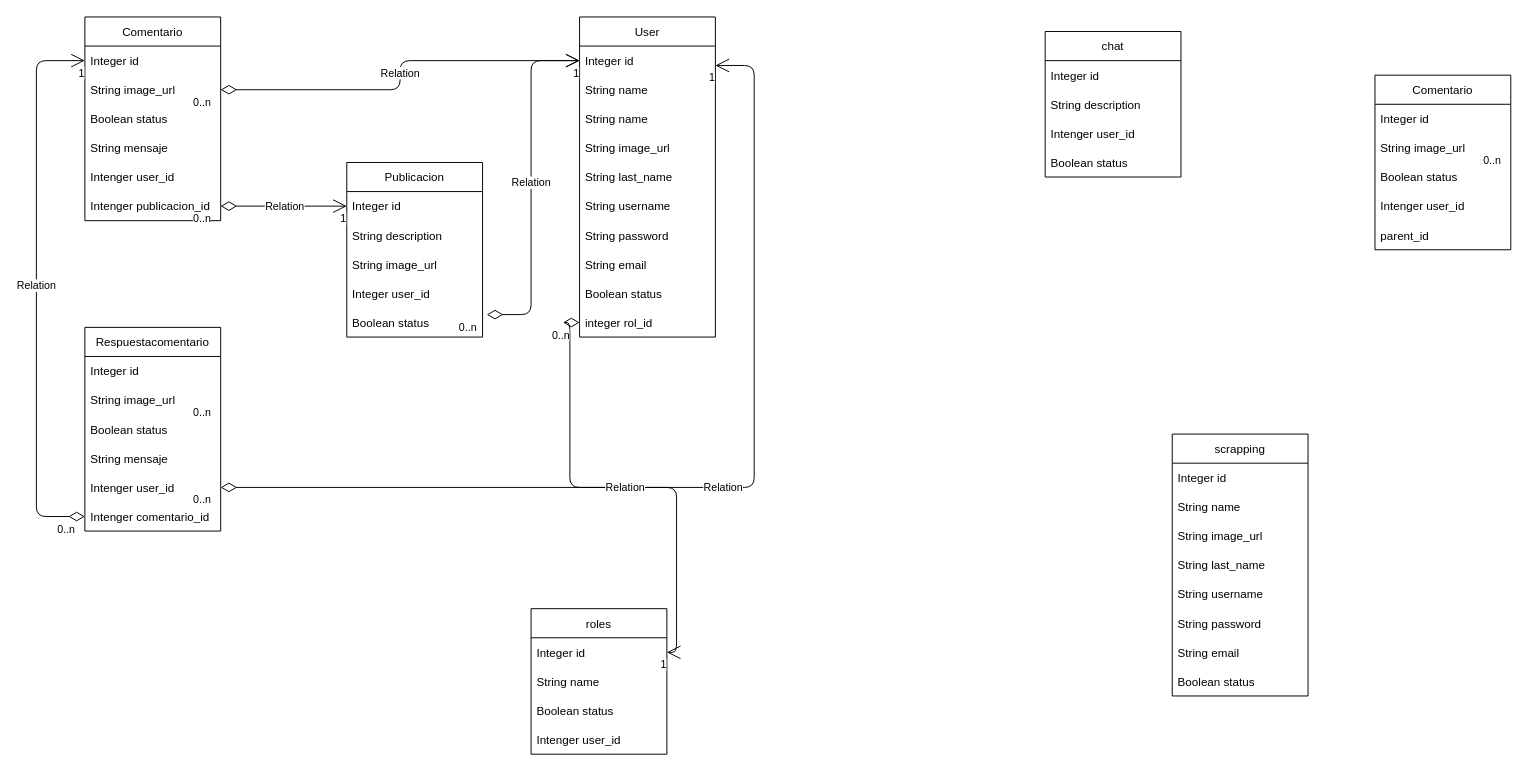
Arturo1603/flask_foro keeps this draw.io diagram as bd.drawio. Above is the earlier version. Source tidied: cells renumbered, new cells numbered last; positions are measured from the earlier drawing's top-left corner, leaving out a move shared by most shapes. Both pictures are drawn from the tidied source at 97%, with x=0, y=0 at pixel (36, 16).
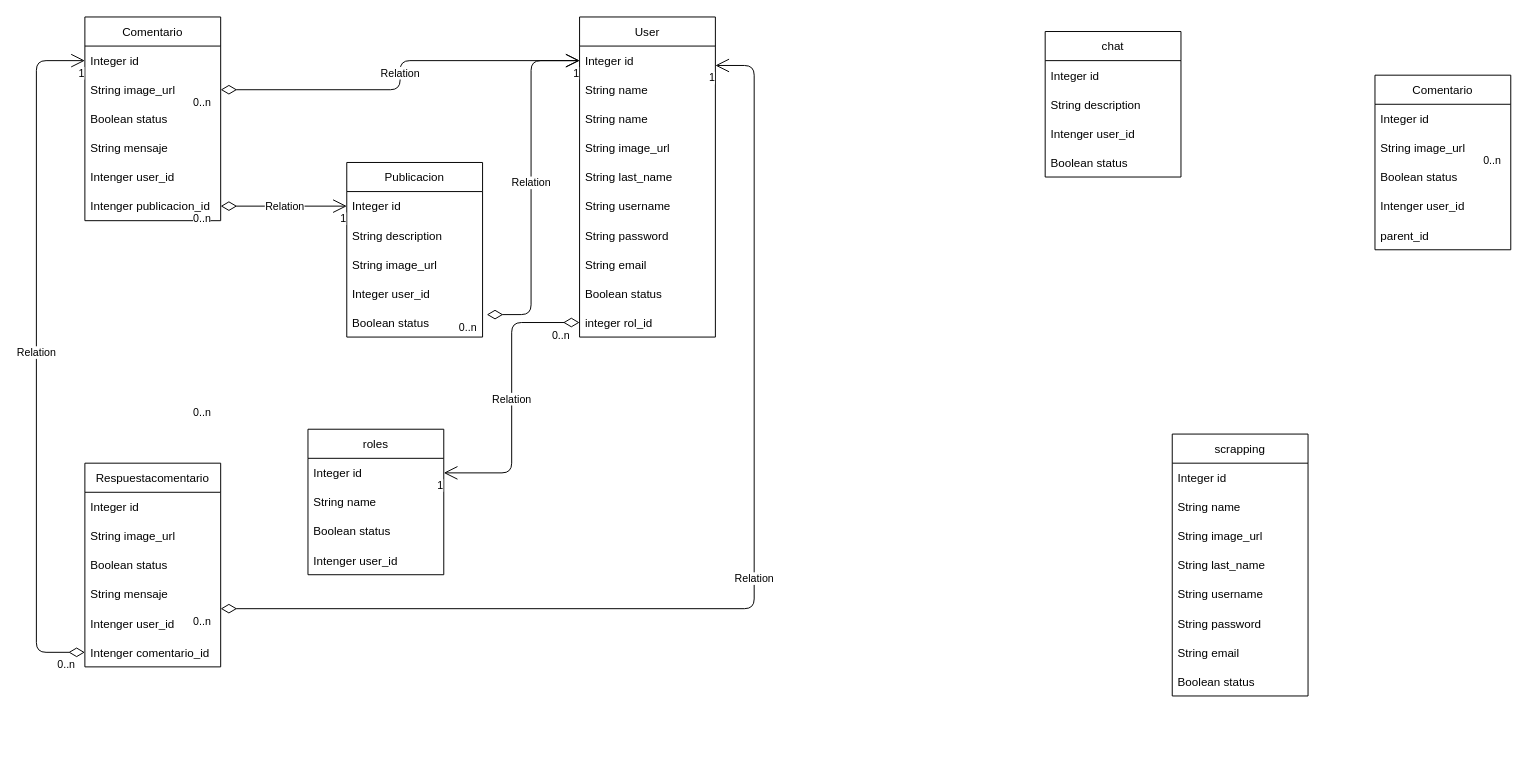
The same page after the edit.

The change refers to these unchanged cells:
```xml
<mxCell id="3" value="Integer id" style="text;strokeColor=none;fillColor=none;align=left;verticalAlign=middle;spacingLeft=4;spacingRight=4;overflow=hidden;points=[[0,0.5],[1,0.5]];portConstraint=eastwest;" parent="2" vertex="1">
  <mxGeometry y="30" width="140" height="30" as="geometry" />
</mxCell>
<mxCell id="20" value="Integer id" style="text;strokeColor=none;fillColor=none;align=left;verticalAlign=middle;spacingLeft=4;spacingRight=4;overflow=hidden;points=[[0,0.5],[1,0.5]];portConstraint=eastwest;" parent="19" vertex="1">
  <mxGeometry y="30" width="140" height="30" as="geometry" />
</mxCell>
<mxCell id="60" value="Intenger user_id" style="text;strokeColor=none;fillColor=none;align=left;verticalAlign=middle;spacingLeft=4;spacingRight=4;overflow=hidden;points=[[0,0.5],[1,0.5]];portConstraint=eastwest;" parent="55" vertex="1">
  <mxGeometry y="150" width="140" height="30" as="geometry" />
</mxCell>
<mxCell id="61" value="Intenger comentario_id" style="text;strokeColor=none;fillColor=none;align=left;verticalAlign=middle;spacingLeft=4;spacingRight=4;overflow=hidden;points=[[0,0.5],[1,0.5]];portConstraint=eastwest;" parent="55" vertex="1">
  <mxGeometry y="180" width="140" height="30" as="geometry" />
</mxCell>
```

What changed in the source:
```diff
@@
     <mxCell id="38" value="roles" style="swimlane;fontStyle=0;horizontal=1;startSize=30;" parent="1" vertex="1">
-      <mxGeometry x="510" y="610" width="140" height="150" as="geometry" />
+      <mxGeometry x="280" y="425" width="140" height="150" as="geometry" />
     </mxCell>
@@
     <mxCell id="55" value="Respuestacomentario" style="swimlane;fontStyle=0;horizontal=1;startSize=30;" parent="1" vertex="1">
-      <mxGeometry x="50" y="320" width="140" height="210" as="geometry" />
+      <mxGeometry x="50" y="460" width="140" height="210" as="geometry" />
     </mxCell>
@@
-    <mxCell id="66" value="Relation" style="endArrow=open;html=1;endSize=12;startArrow=diamondThin;startSize=14;startFill=0;edgeStyle=orthogonalEdgeStyle;" parent="1" edge="1" source="61" target="20">
+    <mxCell id="66" value="Relation" style="endArrow=open;html=1;endSize=12;startArrow=diamondThin;startSize=14;startFill=0;edgeStyle=orthogonalEdgeStyle;exitX=0;exitY=0.5;exitDx=0;exitDy=0;" parent="1" edge="1" source="61" target="20">
       <mxGeometry x="0.01" relative="1" as="geometry">
         <Array as="points">
-          <mxPoint y="515" />
+          <mxPoint y="655" />
           <mxPoint y="45" />
         </Array>
       </mxGeometry>
     </mxCell>
@@
     <mxCell id="69" value="Relation" style="endArrow=open;html=1;endSize=12;startArrow=diamondThin;startSize=14;startFill=0;edgeStyle=orthogonalEdgeStyle;" parent="1" edge="1" source="60" target="3">
       <mxGeometry x="0.01" relative="1" as="geometry">
         <Array as="points">
-          <mxPoint x="740" y="485" />
+          <mxPoint x="740" y="610" />
           <mxPoint x="740" y="50" />
         </Array>
       </mxGeometry>
     </mxCell>
```
